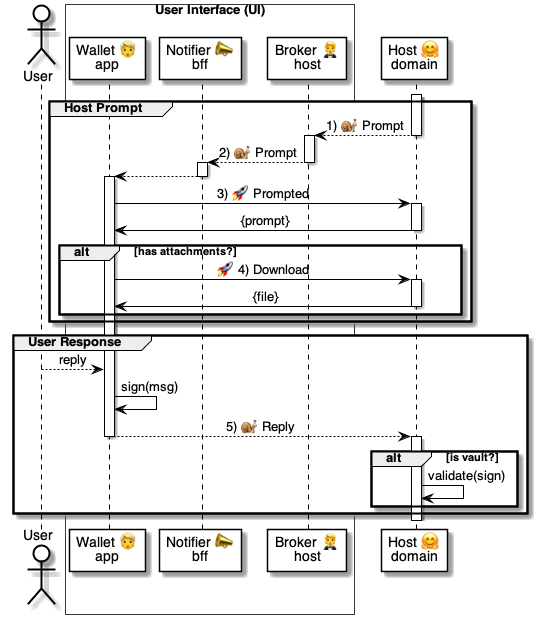
Above: 5 ⏩ Flows/50 🤗⏩ Hosts/.📎 Assets/00 ⚙️💬 Prompt.png in pollyweb-org/pollyweb-docs (PlantUML), before the change. Its source is kept beside it as 5 ⏩ Flows/50 🤗⏩ Hosts/.📎 Assets/00 ⚙️💬 Prompt.puml.
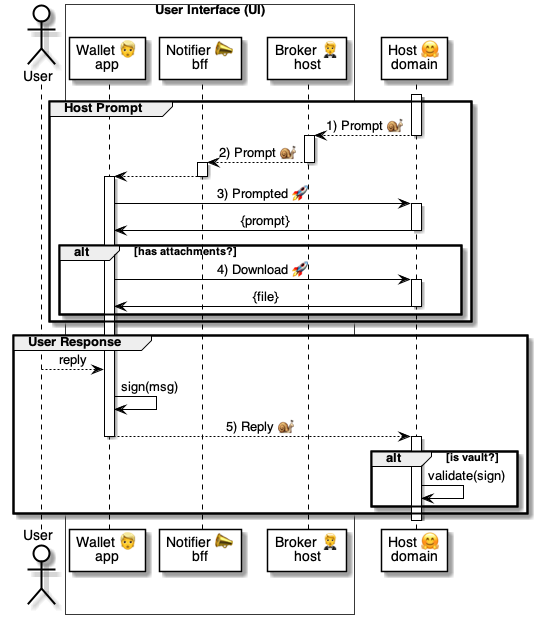
After the commit.

Diff of the diagram source:
```diff
@@ -15,11 +15,11 @@
 
 group Host Prompt
 
-    host --> broker: 1) 🐌 Prompt
+    host --> broker: 1) Prompt 🐌
     deactivate host
 
     activate broker
-        broker --> notifier: 2) 🐌 Prompt
+        broker --> notifier: 2) Prompt 🐌
     deactivate broker
 
     activate notifier
@@ -28,13 +28,13 @@
 
     activate wallet
 
-        wallet -> host: 3) 🚀 Prompted
+        wallet -> host: 3) Prompted 🚀
         activate host
             host -> wallet: {prompt}
         deactivate host
 
         alt has attachments?
-            wallet -> host: 🚀 4) Download
+            wallet -> host:  4) Download 🚀
             activate host
                 host -> wallet: {file}
             deactivate host
@@ -48,7 +48,7 @@
     user --> wallet: reply
 
     wallet -> wallet: sign(msg)
-    wallet --> host: 5) 🐌 Reply
+    wallet --> host: 5) Reply 🐌
     deactivate wallet
 
     activate host
```
